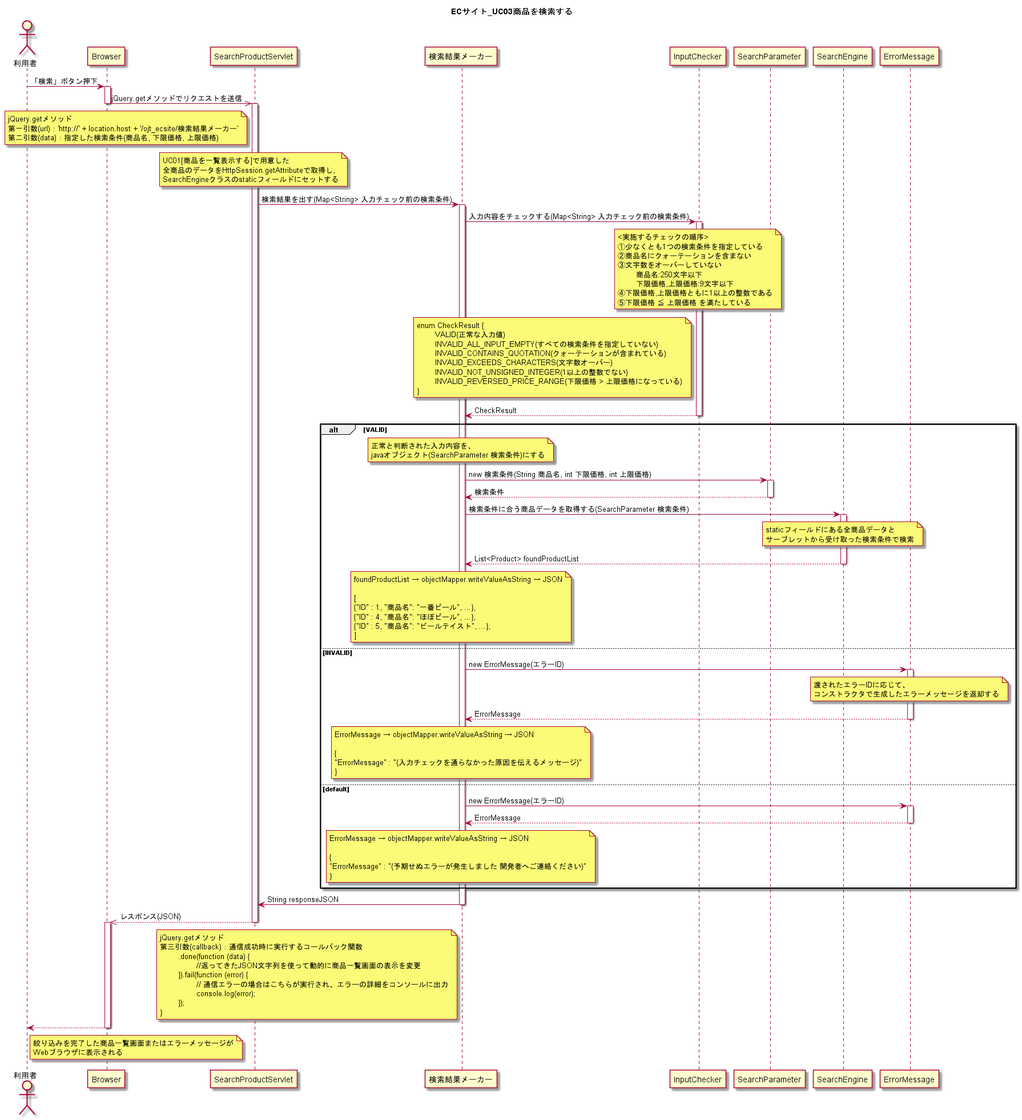
wnakayama/ojt_ecsite keeps this PlantUML diagram as UML/ECサイト_UC03商品を検索する.png. Above is the earlier version.
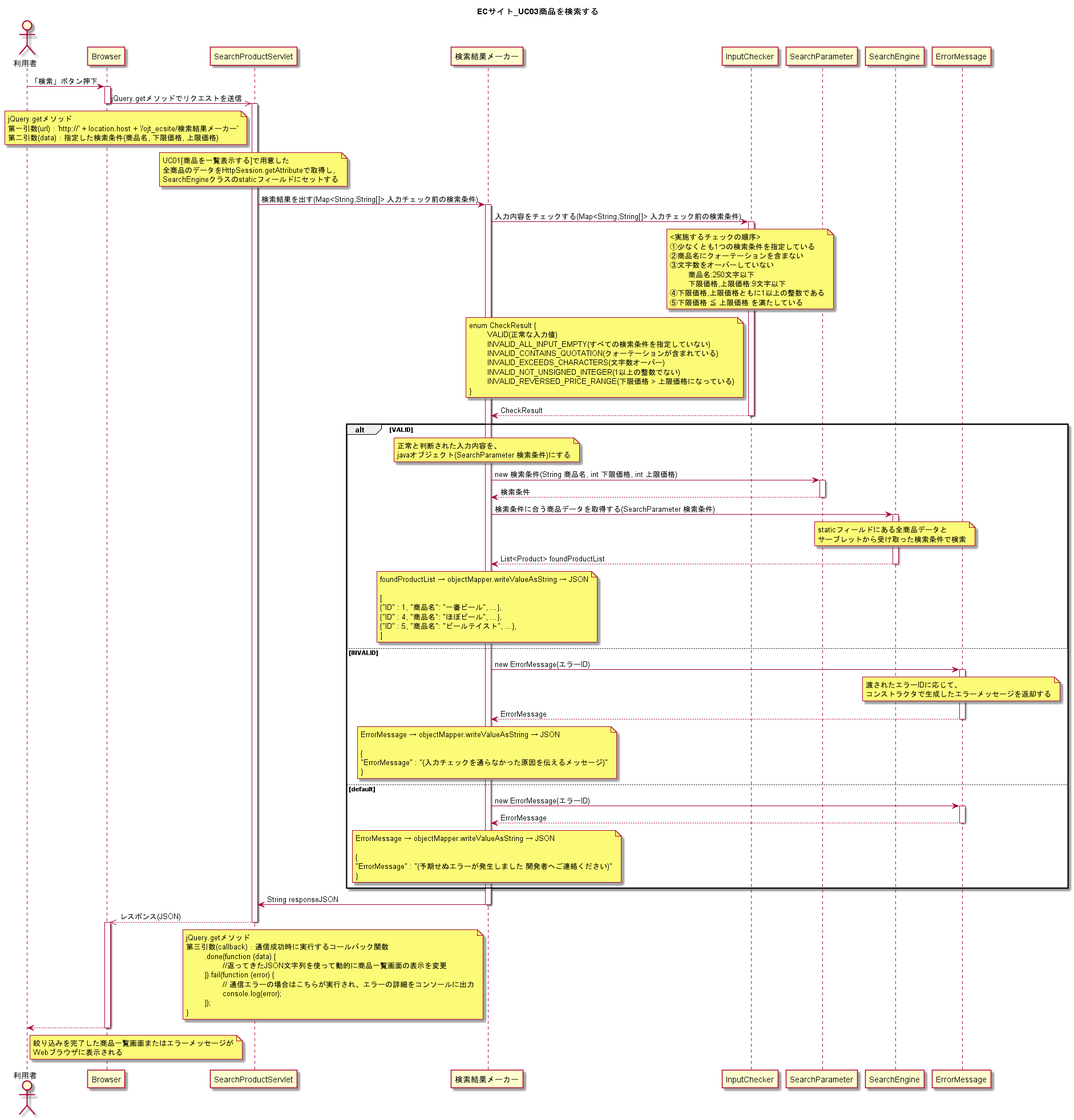
Above is the later version.

Change to the diagram source:
```diff
@@ -22,10 +22,10 @@
 	SearchEngineクラスのstaticフィールドにセットする
 	end note
 
-SearchProductServlet -> 検索結果メーカー : 検索結果を出す(Map<String> 入力チェック前の検索条件)
+SearchProductServlet -> 検索結果メーカー : 検索結果を出す(Map<String,String[]> 入力チェック前の検索条件)
 activate 検索結果メーカー
 
-検索結果メーカー -> InputChecker : 入力内容をチェックする(Map<String> 入力チェック前の検索条件)
+検索結果メーカー -> InputChecker : 入力内容をチェックする(Map<String,String[]> 入力チェック前の検索条件)
 activate InputChecker
 
 	note over InputChecker
```
